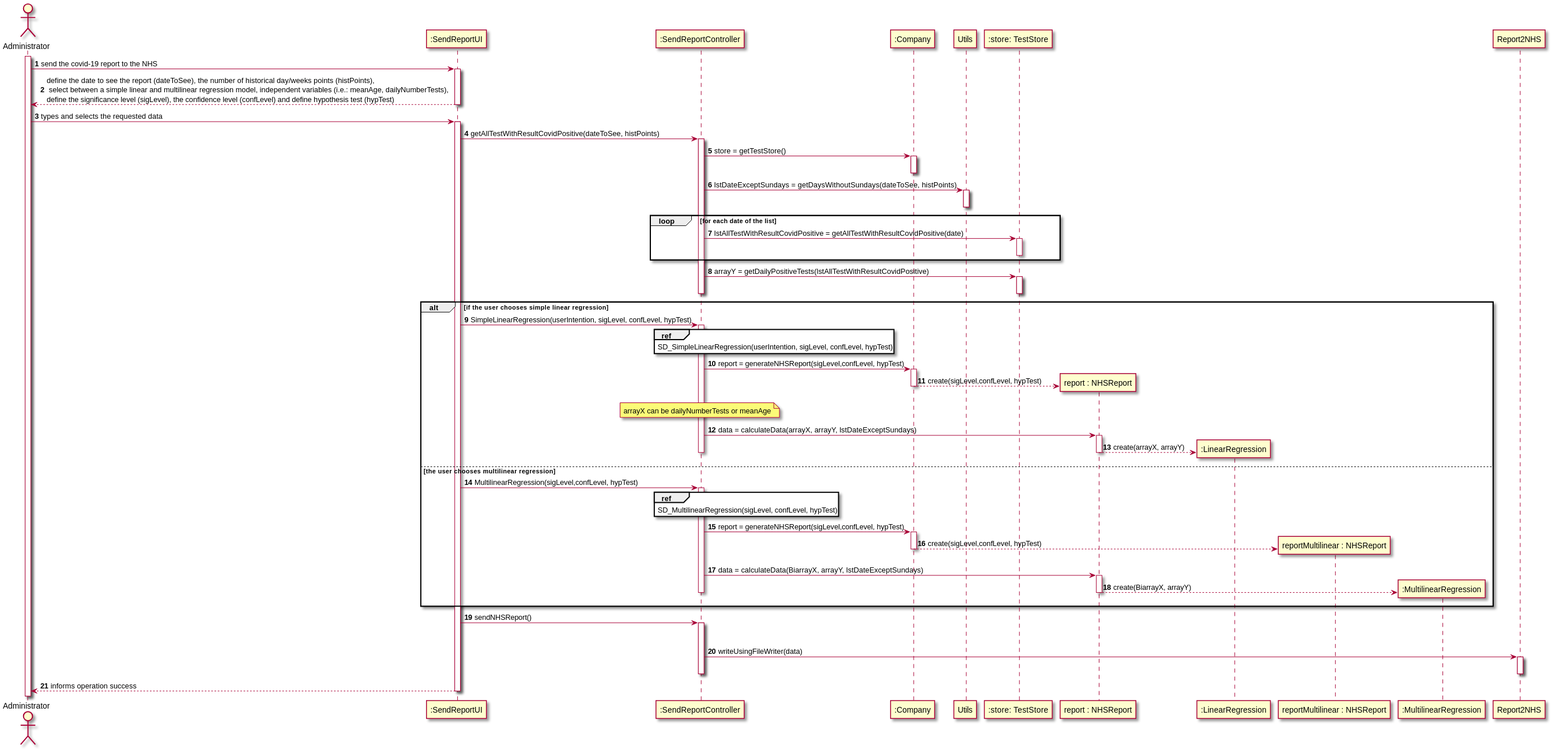
0franciscor/lei-21-s2-1de-g19 keeps this PlantUML diagram as docs/SprintD/US18/US18-SD.svg. Above is the earlier version. The source it was exported from:
```plantuml
@startuml

autonumber

actor "Administrator" as A
activate A


A -> ":SendReportUI" : send the covid-19 report to the NHS
activate ":SendReportUI"
":SendReportUI" --> A: define the date to see the report (dateToSee), the number of historical day/weeks points (histPoints),\n select between a simple linear and multilinear regression model, independent variables (i.e.: meanAge, dailyNumberTests), \ndefine the significance level (sigLevel), the confidence level (confLevel) and define hypothesis test (hypTest)
deactivate ":SendReportUI"

A -> ":SendReportUI" : types and selects the requested data
activate ":SendReportUI"
":SendReportUI" -> ":SendReportController": getAllTestWithResultCovidPositive(dateToSee, histPoints)

activate ":SendReportController"
":SendReportController" -> ":Company" : store = getTestStore()
activate ":Company"
deactivate ":Company"

":SendReportController" -> "Utils" : lstDateExceptSundays = getDaysWithoutSundays(dateToSee, histPoints)
activate "Utils"
deactivate "Utils"



loop for each date of the list
":SendReportController" -> ":store: TestStore" : lstAllTestWithResultCovidPositive = getAllTestWithResultCovidPositive(date)
activate ":store: TestStore"
deactivate ":store: TestStore"
end

":SendReportController" -> ":store: TestStore" : arrayY = getDailyPositiveTests(lstAllTestWithResultCovidPositive)
activate ":store: TestStore"
deactivate ":store: TestStore"

deactivate ":SendReportController"


alt if the user chooses simple linear regression
":SendReportUI" -> ":SendReportController" : SimpleLinearRegression(userIntention, sigLevel, confLevel, hypTest)
activate ":SendReportController"

ref over ":SendReportController" : SD_SimpleLinearRegression(userIntention, sigLevel, confLevel, hypTest)

":SendReportController" -> ":Company" : report = generateNHSReport(sigLevel,confLevel, hypTest)
activate ":Company"
create "report : NHSReport"
":Company" --> "report : NHSReport" : create(sigLevel,confLevel, hypTest)
deactivate ":Company"

note over ":SendReportController" : arrayX can be dailyNumberTests or meanAge

":SendReportController" -> "report : NHSReport": data = calculateData(arrayX, arrayY, lstDateExceptSundays)
activate "report : NHSReport"



create ":LinearRegression"

"report : NHSReport" --> ":LinearRegression" : create(arrayX, arrayY)
deactivate "report : NHSReport"
deactivate ":SendReportController"



else the user chooses multilinear regression
":SendReportUI" -> ":SendReportController" : MultilinearRegression(sigLevel,confLevel, hypTest)
activate ":SendReportController"


ref over ":SendReportController" : SD_MultilinearRegression(sigLevel, confLevel, hypTest)

":SendReportController" -> ":Company" : report = generateNHSReport(sigLevel,confLevel, hypTest)
activate ":Company"
create "reportMultilinear : NHSReport"
":Company" --> "reportMultilinear : NHSReport" : create(sigLevel,confLevel, hypTest)
deactivate ":Company"


":SendReportController" -> "report : NHSReport": data = calculateData(BiarrayX, arrayY, lstDateExceptSundays)
activate "report : NHSReport"



create ":MultilinearRegression"

"report : NHSReport" --> ":MultilinearRegression" : create(BiarrayX, arrayY)
deactivate "report : NHSReport"






deactivate ":SendReportController"
end



":SendReportUI" -> ":SendReportController" : sendNHSReport()
activate ":SendReportController"


deactivate ":Company"



":SendReportController" -> "Report2NHS": writeUsingFileWriter(data)

activate "Report2NHS"

deactivate "Report2NHS"

deactivate ":SendReportController"

":SendReportUI" --> A: informs operation success
deactivate ":SendReportUI"



@enduml
```
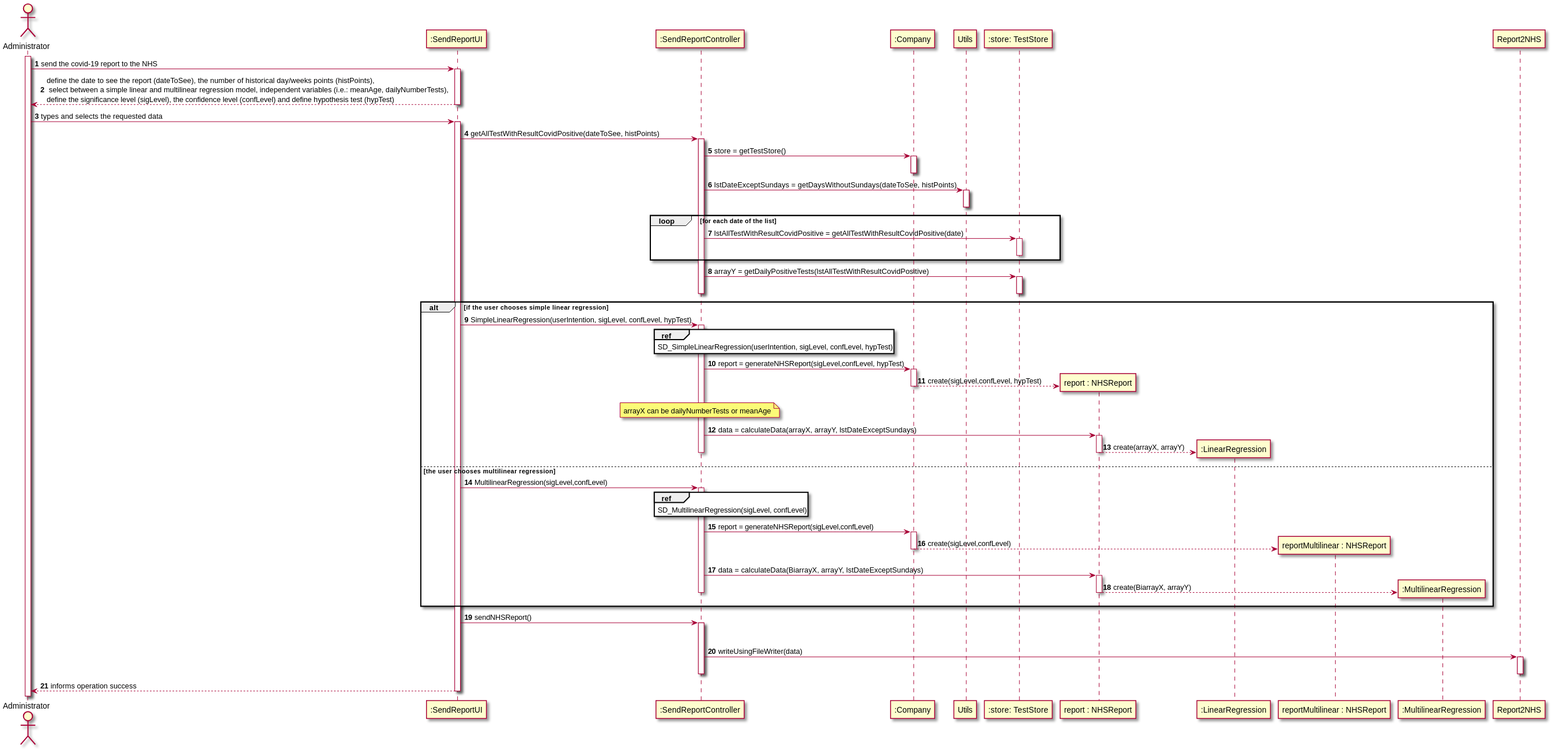
After the commit.

What changed in the source:
```diff
@@ -67,16 +67,16 @@
 
 
 else the user chooses multilinear regression
-":SendReportUI" -> ":SendReportController" : MultilinearRegression(sigLevel,confLevel, hypTest)
+":SendReportUI" -> ":SendReportController" : MultilinearRegression(sigLevel,confLevel)
 activate ":SendReportController"
 
 
-ref over ":SendReportController" : SD_MultilinearRegression(sigLevel, confLevel, hypTest)
+ref over ":SendReportController" : SD_MultilinearRegression(sigLevel, confLevel)
 
-":SendReportController" -> ":Company" : report = generateNHSReport(sigLevel,confLevel, hypTest)
+":SendReportController" -> ":Company" : report = generateNHSReport(sigLevel,confLevel)
 activate ":Company"
 create "reportMultilinear : NHSReport"
-":Company" --> "reportMultilinear : NHSReport" : create(sigLevel,confLevel, hypTest)
+":Company" --> "reportMultilinear : NHSReport" : create(sigLevel,confLevel)
 deactivate ":Company"
 
 
```
